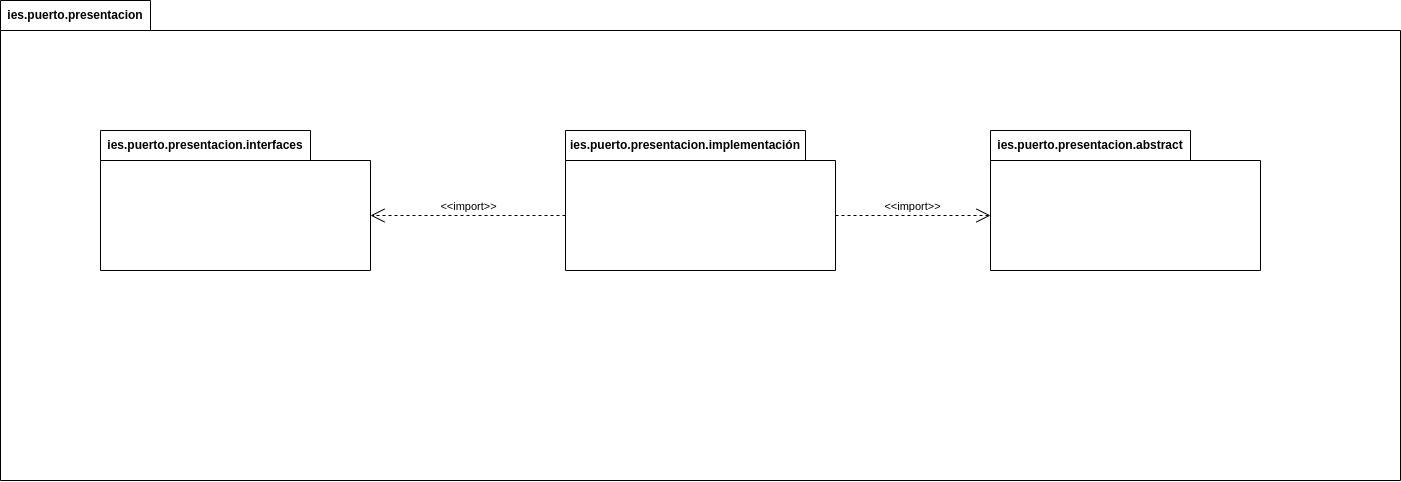
PeterMartEsc/ETS keeps this draw.io diagram as PruebaDiagramaPaquetes.png. Above is the earlier version. Source tidied: cells renumbered, new cells last; positions are measured from the earlier drawing's top-left corner, leaving out a move shared by most shapes.
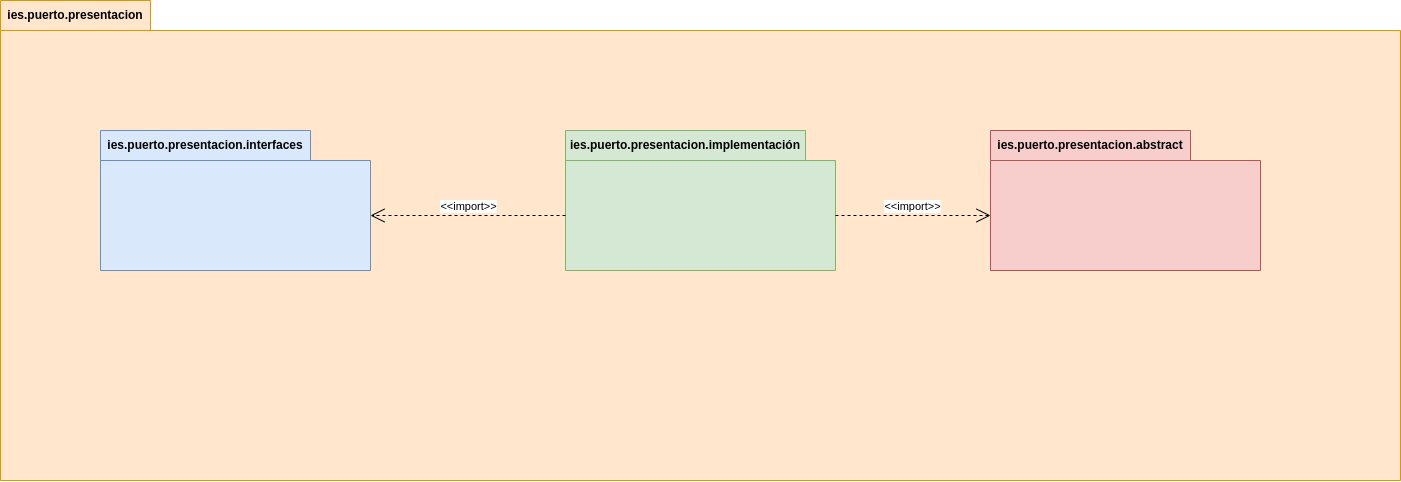
Above is the later version.

Diff of the diagram source:
```diff
@@ -2,16 +2,16 @@
   <root>
     <mxCell id="0" />
     <mxCell id="1" parent="0" />
-    <mxCell id="2" value="ies.puerto.presentacion" style="shape=folder;fontStyle=1;tabWidth=150;tabHeight=30;tabPosition=left;html=1;boundedLbl=1;labelInHeader=1;whiteSpace=wrap;fillColor=none;" parent="1" vertex="1">
+    <mxCell id="2" value="ies.puerto.presentacion" style="shape=folder;fontStyle=1;tabWidth=150;tabHeight=30;tabPosition=left;html=1;boundedLbl=1;labelInHeader=1;whiteSpace=wrap;fillColor=#ffe6cc;strokeColor=#d79b00;" parent="1" vertex="1">
       <mxGeometry width="1400" height="480" as="geometry" />
     </mxCell>
-    <mxCell id="3" value="ies.puerto.presentacion.abstract" style="shape=folder;fontStyle=1;tabWidth=200;tabHeight=30;tabPosition=left;html=1;boundedLbl=1;labelInHeader=1;whiteSpace=wrap;fillColor=none;" parent="2" vertex="1">
+    <mxCell id="3" value="ies.puerto.presentacion.abstract" style="shape=folder;fontStyle=1;tabWidth=200;tabHeight=30;tabPosition=left;html=1;boundedLbl=1;labelInHeader=1;whiteSpace=wrap;fillColor=#f8cecc;strokeColor=#b85450;" parent="2" vertex="1">
       <mxGeometry x="990" y="130" width="270" height="140" as="geometry" />
     </mxCell>
-    <mxCell id="4" value="ies.puerto.presentacion.interfaces" style="shape=folder;fontStyle=1;tabWidth=210;tabHeight=30;tabPosition=left;html=1;boundedLbl=1;labelInHeader=1;whiteSpace=wrap;fillColor=none;" parent="2" vertex="1">
+    <mxCell id="4" value="ies.puerto.presentacion.interfaces" style="shape=folder;fontStyle=1;tabWidth=210;tabHeight=30;tabPosition=left;html=1;boundedLbl=1;labelInHeader=1;whiteSpace=wrap;fillColor=#dae8fc;strokeColor=#6c8ebf;" parent="2" vertex="1">
       <mxGeometry x="100" y="130" width="270" height="140" as="geometry" />
     </mxCell>
-    <mxCell id="5" value="ies.puerto.presentacion.implementación" style="shape=folder;fontStyle=1;tabWidth=240;tabHeight=30;tabPosition=left;html=1;boundedLbl=1;labelInHeader=1;whiteSpace=wrap;fillColor=none;" parent="2" vertex="1">
+    <mxCell id="5" value="ies.puerto.presentacion.implementación" style="shape=folder;fontStyle=1;tabWidth=240;tabHeight=30;tabPosition=left;html=1;boundedLbl=1;labelInHeader=1;whiteSpace=wrap;fillColor=#d5e8d4;strokeColor=#82b366;" parent="2" vertex="1">
       <mxGeometry x="565" y="130" width="270" height="140" as="geometry" />
     </mxCell>
     <mxCell id="6" value="&amp;lt;&amp;lt;import&amp;gt;&amp;gt;" style="edgeStyle=none;html=1;endArrow=open;endSize=12;dashed=1;verticalAlign=bottom;rounded=0;exitX=0;exitY=0;exitDx=270;exitDy=85;exitPerimeter=0;entryX=0;entryY=0;entryDx=0;entryDy=85;entryPerimeter=0;" parent="2" edge="1" source="5" target="3">
```
